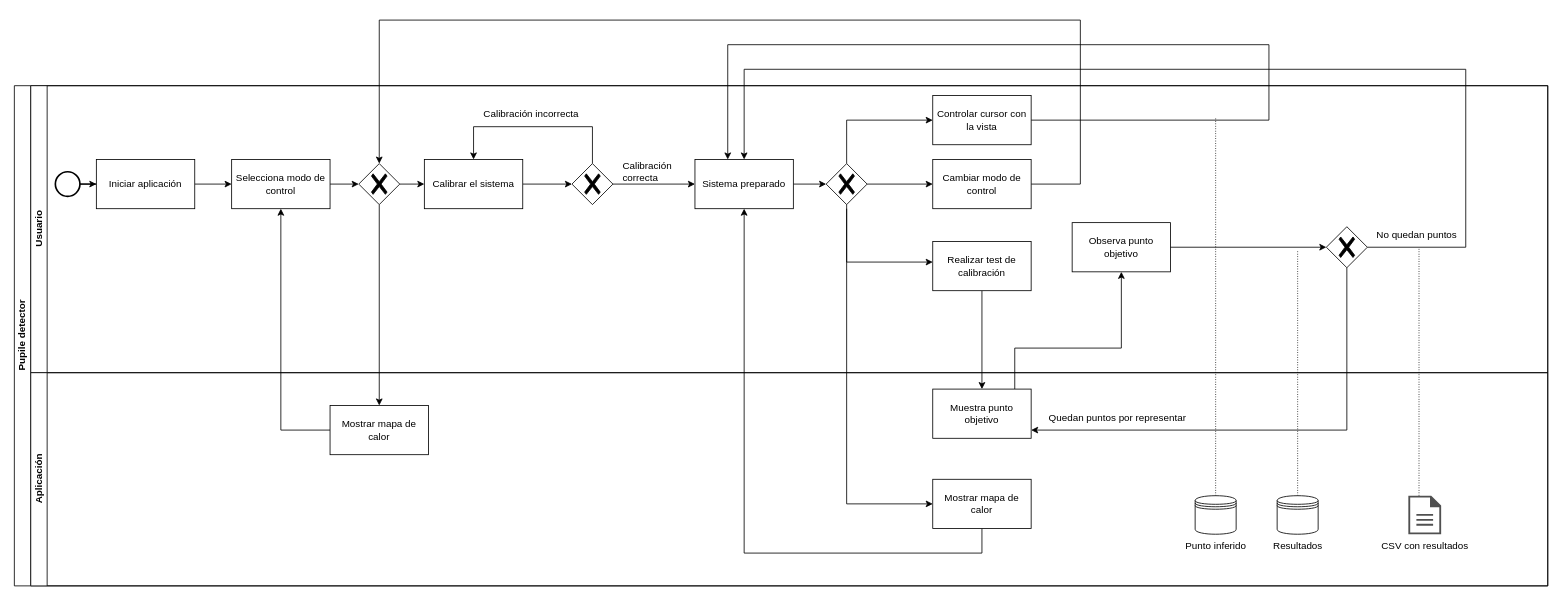
The draw.io diagram use_cases/BPMN_application.drawio in sergiosant02/TFG-pupil-detection, before the edit. Source tidied: cells renumbered, new cells numbered last; positions are measured from the earlier drawing's top-left corner, leaving out a move shared by most shapes. Both pictures are drawn from the tidied source at 82%, with x=0, y=0 at pixel (14, 20).
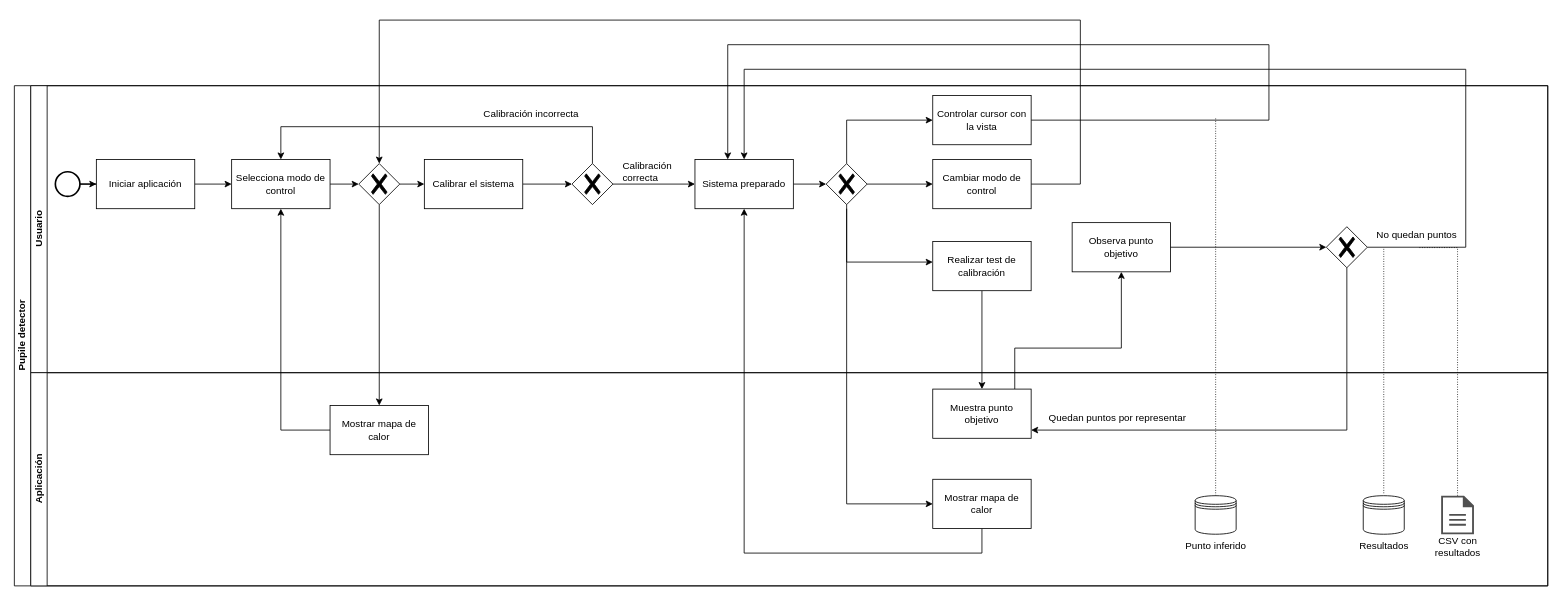
After the change.

Unchanged cells that the change refers to:
```xml
<mxCell id="2" value="Pupile detector" style="swimlane;horizontal=0;startSize=20;html=1;" parent="1" vertex="1">
  <mxGeometry y="80" width="1870" height="610" as="geometry" />
</mxCell>
<mxCell id="9" value="Usuario" style="swimlane;startSize=20;horizontal=0;html=1;" parent="2" vertex="1">
  <mxGeometry x="20" width="1850" height="350" as="geometry" />
</mxCell>
<mxCell id="18" value="Calibrar el sistema" style="rounded=0;whiteSpace=wrap;html=1;" parent="9" vertex="1">
  <mxGeometry x="480" y="90" width="120" height="60" as="geometry" />
</mxCell>
<mxCell id="21" style="points=[[0.25,0.25,0],[0.5,0,0],[0.75,0.25,0],[1,0.5,0],[0.75,0.75,0],[0.5,1,0],[0.25,0.75,0],[0,0.5,0]];shape=mxgraph.bpmn.gateway2;html=1;verticalLabelPosition=bottom;labelBackgroundColor=#ffffff;verticalAlign=top;align=center;perimeter=rhombusPerimeter;outlineConnect=0;outline=none;symbol=none;gwType=exclusive;" parent="9" vertex="1">
  <mxGeometry x="660" y="95" width="50" height="50" as="geometry" />
</mxCell>
<mxCell id="23" value="Selecciona modo de control" style="whiteSpace=wrap;html=1;" parent="9" vertex="1">
  <mxGeometry x="245" y="90" width="120" height="60" as="geometry" />
</mxCell>
<mxCell id="40" value="No quedan puntos" style="text;html=1;align=center;verticalAlign=middle;points=[];strokeColor=none;fillColor=none;" parent="9" vertex="1">
  <mxGeometry x="1630" y="167" width="120" height="30" as="geometry" />
</mxCell>
<mxCell id="43" value="Aplicación" style="swimlane;startSize=20;horizontal=0;html=1;" parent="2" vertex="1">
  <mxGeometry x="20" y="350" width="1850" height="260" as="geometry" />
</mxCell>
```

The edit, as a diff of the source:
```diff
@@
     <mxCell id="8" style="edgeStyle=orthogonalEdgeStyle;rounded=0;jettySize=auto;html=1;endArrow=none;endFill=0;dashed=1;dashPattern=1 2;entryX=0.525;entryY=1.014;entryDx=0;entryDy=0;entryPerimeter=0;" parent="2" edge="1" source="47" target="40">
       <mxGeometry relative="1" as="geometry">
         <Array as="points">
-          <mxPoint x="1713" y="450" />
-          <mxPoint x="1713" y="450" />
+          <mxPoint x="1760" y="197" />
         </Array>
       </mxGeometry>
     </mxCell>
@@
-    <mxCell id="19" style="edgeStyle=orthogonalEdgeStyle;rounded=0;jettySize=auto;html=1;" parent="9" edge="1" source="21" target="18">
+    <mxCell id="19" style="edgeStyle=orthogonalEdgeStyle;rounded=0;jettySize=auto;html=1;" parent="9" edge="1" source="21" target="23">
       <mxGeometry relative="1" as="geometry">
         <Array as="points">
           <mxPoint x="685" y="50" />
-          <mxPoint x="540" y="50" />
+          <mxPoint x="305" y="50" />
         </Array>
       </mxGeometry>
     </mxCell>
@@
+    <mxCell id="48" style="edgeStyle=orthogonalEdgeStyle;rounded=0;orthogonalLoop=1;jettySize=auto;html=1;endArrow=none;endFill=0;dashed=1;dashPattern=1 2;" parent="9" edge="1">
+      <mxGeometry relative="1" as="geometry">
+        <mxPoint x="1650" y="497" as="sourcePoint" />
+        <mxPoint x="1650" y="197" as="targetPoint" />
+      </mxGeometry>
+    </mxCell>
@@
     <mxCell id="47" style="sketch=0;shadow=0;dashed=0;html=1;strokeColor=none;fillColor=#505050;labelPosition=center;verticalLabelPosition=bottom;verticalAlign=top;outlineConnect=0;align=center;shape=mxgraph.office.concepts.document;" parent="43" vertex="1">
-      <mxGeometry x="1680" y="150" width="40" height="47" as="geometry" />
+      <mxGeometry x="1720" y="150" width="40" height="47" as="geometry" />
     </mxCell>
-    <mxCell id="48" style="edgeStyle=orthogonalEdgeStyle;rounded=0;jettySize=auto;html=1;endArrow=none;endFill=0;dashed=1;dashPattern=1 2;" parent="43" edge="1" source="49">
-      <mxGeometry relative="1" as="geometry">
-        <mxPoint x="1545" y="-150" as="targetPoint" />
-      </mxGeometry>
-    </mxCell>
     <mxCell id="49" style="shape=datastore;html=1;labelPosition=center;verticalLabelPosition=bottom;align=center;verticalAlign=top;" parent="43" vertex="1">
-      <mxGeometry x="1520" y="150" width="50" height="47" as="geometry" />
+      <mxGeometry x="1625" y="150" width="50" height="47" as="geometry" />
     </mxCell>
@@
     <mxCell id="54" value="Resultados" style="text;html=1;align=center;verticalAlign=middle;strokeColor=none;fillColor=none;" parent="43" vertex="1">
-      <mxGeometry x="1505" y="197" width="80" height="30" as="geometry" />
+      <mxGeometry x="1610" y="197" width="80" height="30" as="geometry" />
     </mxCell>
-    <mxCell id="55" value="CSV con resultados" style="text;html=1;align=center;verticalAlign=middle;strokeColor=none;fillColor=none;" parent="43" vertex="1">
-      <mxGeometry x="1635" y="197" width="130" height="30" as="geometry" />
+    <mxCell id="55" value="CSV con&lt;div&gt;resultados&lt;/div&gt;" style="text;html=1;align=center;verticalAlign=middle;strokeColor=none;fillColor=none;" parent="43" vertex="1">
+      <mxGeometry x="1700" y="192" width="80" height="40" as="geometry" />
     </mxCell>
```
